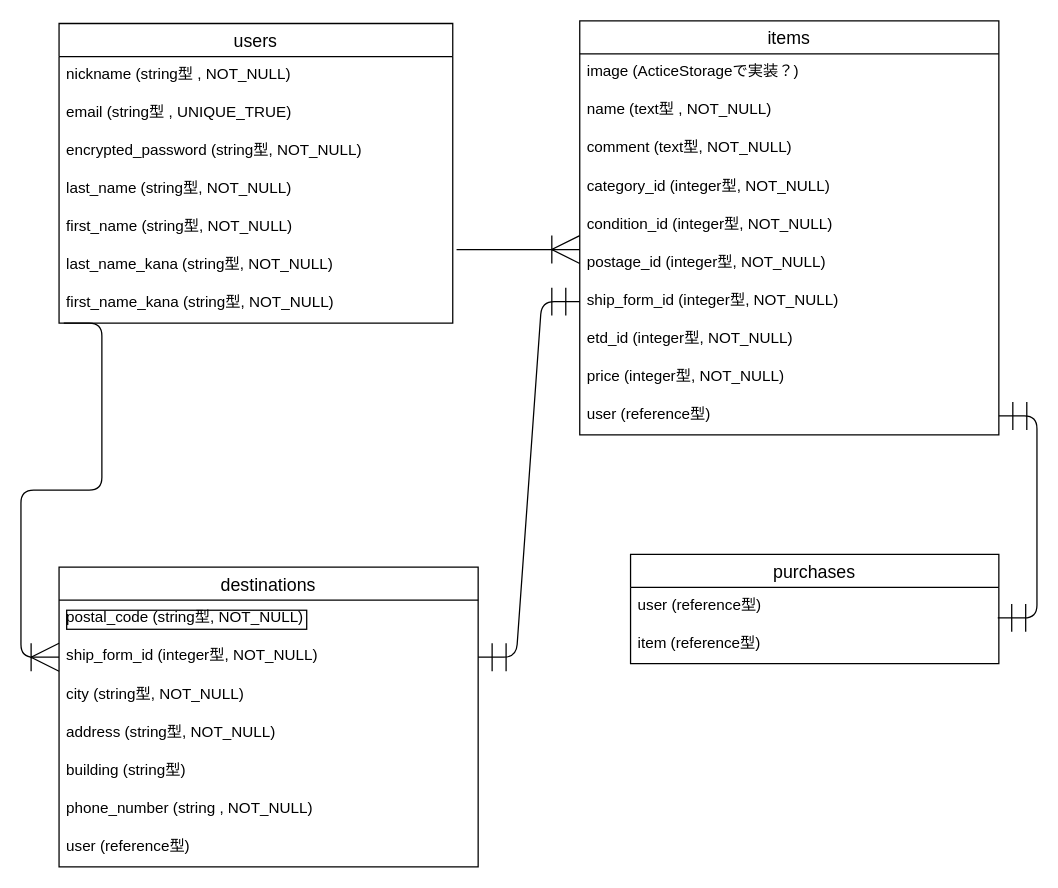
Earlier version of the draw.io diagram config/furima-34845.dio (tn-0214/furima-34845). Source tidied: cells renumbered, new cells numbered last; positions are measured from the earlier drawing's top-left corner, leaving out a move shared by most shapes. Both pictures are drawn from the tidied source at 127%, with x=0, y=0 at pixel (58, 20).
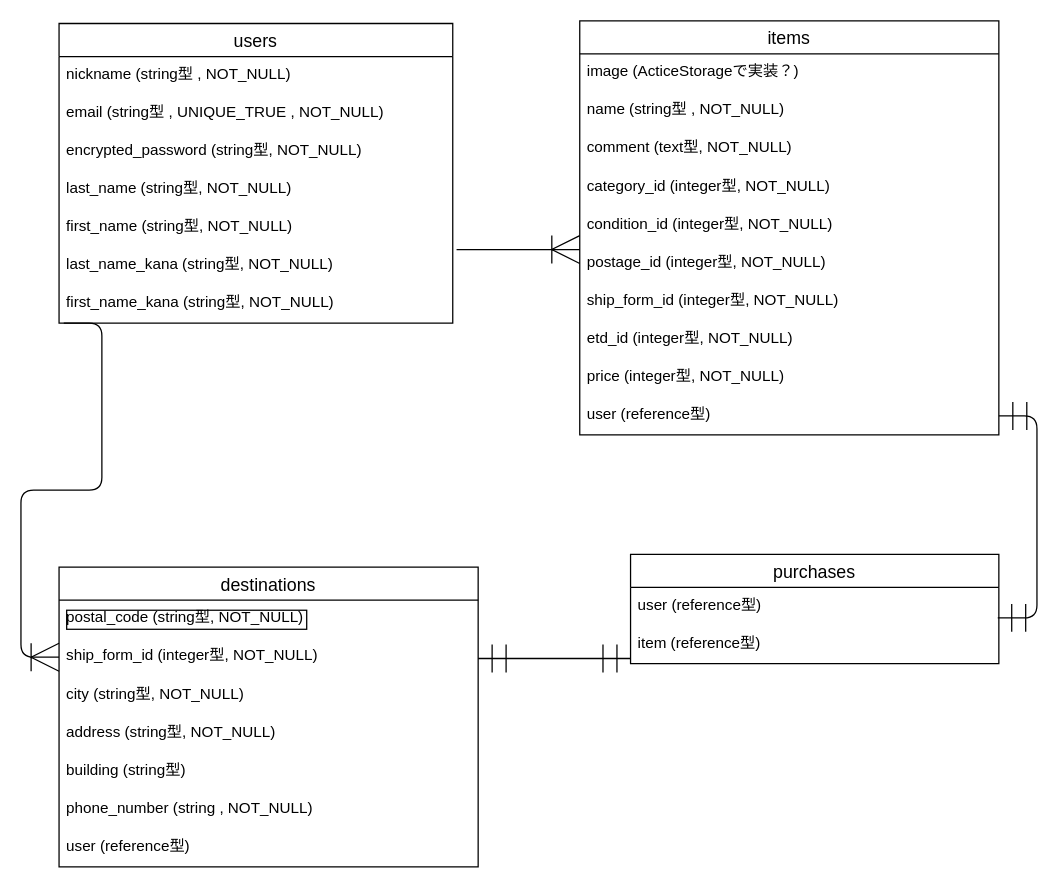
After the change.

The change refers to these unchanged cells:
```xml
<mxCell id="2" value="users" style="swimlane;fontStyle=0;horizontal=1;startSize=26;align=center;fontSize=14;" parent="1" vertex="1">
  <mxGeometry y="2" width="310" height="236" as="geometry" />
</mxCell>
<mxCell id="10" value="items" style="swimlane;fontStyle=0;horizontal=1;startSize=26;align=center;fontSize=14;" parent="1" vertex="1">
  <mxGeometry x="410" width="330" height="326" as="geometry" />
</mxCell>
<mxCell id="17" value="ship_form_id (integer型, NOT_NULL)" style="text;strokeColor=none;fillColor=none;spacingLeft=4;spacingRight=4;overflow=hidden;points=[[0,0.5],[1,0.5]];portConstraint=eastwest;fontSize=12;" parent="10" vertex="1">
  <mxGeometry y="206" width="330" height="30" as="geometry" />
</mxCell>
<mxCell id="34" value="item (reference型)" style="text;strokeColor=none;fillColor=none;spacingLeft=4;spacingRight=4;overflow=hidden;points=[[0,0.5],[1,0.5]];portConstraint=eastwest;fontSize=12;" parent="32" vertex="1">
  <mxGeometry y="56" width="290" height="30" as="geometry" />
</mxCell>
```

What changed in the source:
```diff
@@
-    <mxCell id="4" value="email (string型 , UNIQUE_TRUE)" style="text;strokeColor=none;fillColor=none;spacingLeft=4;spacingRight=4;overflow=hidden;fontSize=12;" parent="2" vertex="1">
+    <mxCell id="4" value="email (string型 , UNIQUE_TRUE , NOT_NULL)" style="text;strokeColor=none;fillColor=none;spacingLeft=4;spacingRight=4;overflow=hidden;fontSize=12;" parent="2" vertex="1">
       <mxGeometry y="56" width="310" height="30" as="geometry" />
     </mxCell>
@@
-    <mxCell id="12" value="name (text型 , NOT_NULL)" style="text;strokeColor=none;fillColor=none;spacingLeft=4;spacingRight=4;overflow=hidden;fontSize=12;" parent="10" vertex="1">
+    <mxCell id="12" value="name (string型 , NOT_NULL)" style="text;strokeColor=none;fillColor=none;spacingLeft=4;spacingRight=4;overflow=hidden;fontSize=12;" parent="10" vertex="1">
       <mxGeometry y="56" width="330" height="30" as="geometry" />
     </mxCell>
@@
-    <mxCell id="31" style="edgeStyle=entityRelationEdgeStyle;fontSize=12;html=1;endArrow=ERmandOne;startArrow=ERmandOne;strokeWidth=1;endSize=20;startSize=20;exitX=1;exitY=0.5;exitDx=0;exitDy=0;entryX=0;entryY=0.5;entryDx=0;entryDy=0;" parent="1" edge="1" target="17">
+    <mxCell id="31" style="edgeStyle=entityRelationEdgeStyle;fontSize=12;html=1;endArrow=ERmandOne;startArrow=ERmandOne;strokeWidth=1;endSize=20;startSize=20;entryX=0.001;entryY=0.867;entryDx=0;entryDy=0;entryPerimeter=0;" parent="1" edge="1" target="34">
       <mxGeometry relative="1" as="geometry">
-        <mxPoint x="330" y="501" as="sourcePoint" />
+        <mxPoint x="330" y="502" as="sourcePoint" />
       </mxGeometry>
     </mxCell>
```
